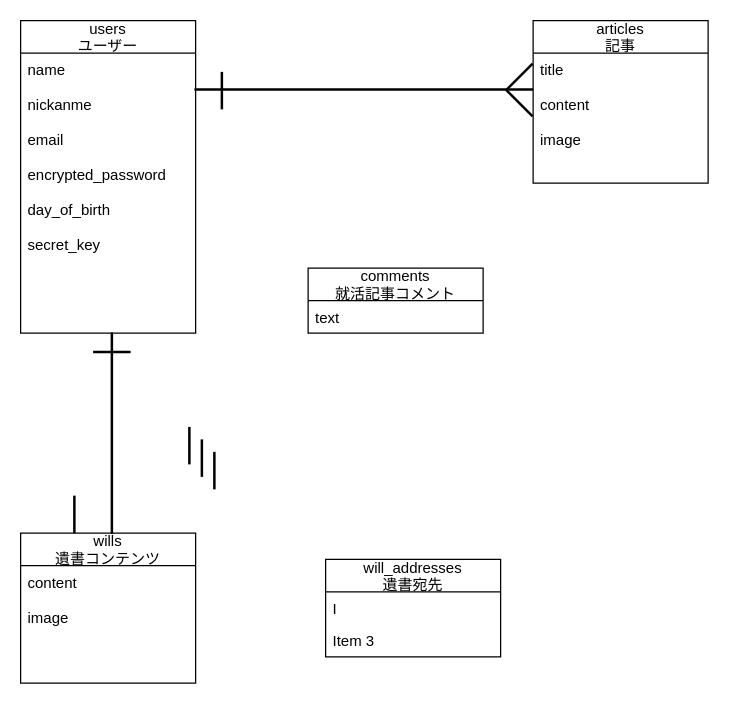
tatsuaki1234/will_app keeps this draw.io diagram as will_app.dio. Above is the earlier version. Source tidied: cells renumbered, new cells numbered last; positions are measured from the earlier drawing's top-left corner, leaving out a move shared by most shapes. Both pictures are drawn from the tidied source at 125%, with x=0, y=0 at pixel (10, 20).
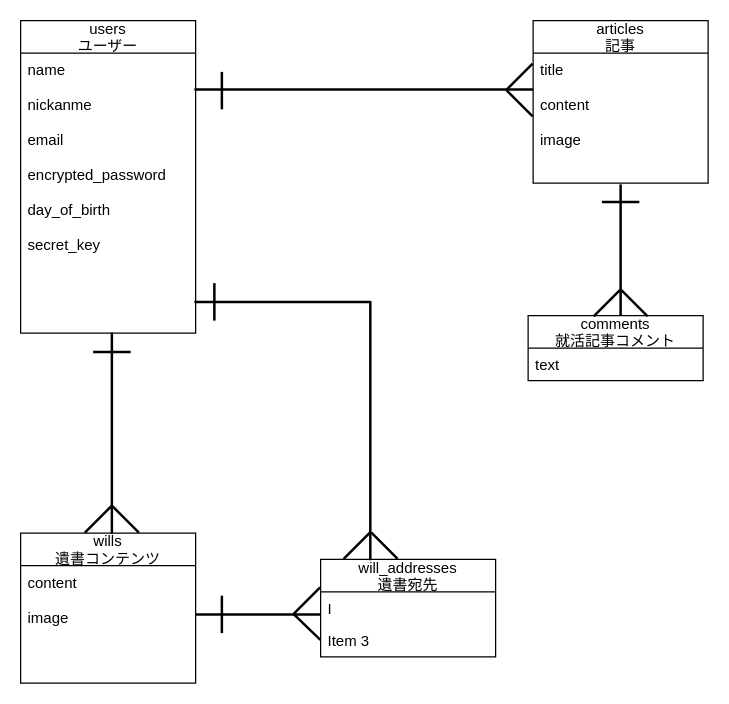
The same page after the edit.

Commit message:
ER図、READMEファイル記述(2)

Change to the diagram source:
```diff
@@
     <mxCell id="6" value="will_addresses&#10;遺書宛先" style="swimlane;fontStyle=0;horizontal=1;startSize=26;fillColor=none;" parent="1" vertex="1">
-      <mxGeometry x="252" y="431" width="140" height="78" as="geometry" />
+      <mxGeometry x="248" y="431" width="140" height="78" as="geometry" />
     </mxCell>
@@
     <mxCell id="11" value="comments&#10;就活記事コメント" style="swimlane;fontStyle=0;horizontal=1;startSize=26;fillColor=none;" parent="1" vertex="1">
-      <mxGeometry x="238" y="198" width="140" height="52" as="geometry" />
+      <mxGeometry x="414" y="236" width="140" height="52" as="geometry" />
     </mxCell>
@@
-    <mxCell id="19" style="line;strokeWidth=2;html=1;rotation=90;" parent="1" vertex="1">
-      <mxGeometry x="36" y="390" width="30" height="10" as="geometry" />
+    <mxCell id="19" style="line;strokeWidth=2;html=1;rotation=45;" parent="1" vertex="1">
+      <mxGeometry x="77" y="394" width="30" height="10" as="geometry" />
     </mxCell>
-    <mxCell id="20" style="line;strokeWidth=2;html=1;rotation=90;" parent="1" vertex="1">
-      <mxGeometry x="128" y="335" width="30" height="10" as="geometry" />
+    <mxCell id="20" style="line;strokeWidth=2;html=1;rotation=-225;" parent="1" vertex="1">
+      <mxGeometry x="55" y="394" width="30" height="10" as="geometry" />
     </mxCell>
     <mxCell id="21" style="line;strokeWidth=2;html=1;rotation=90;" parent="1" vertex="1">
-      <mxGeometry x="138" y="345" width="30" height="10" as="geometry" />
+      <mxGeometry x="154" y="470" width="30" height="10" as="geometry" />
     </mxCell>
     <mxCell id="22" style="line;strokeWidth=2;html=1;rotation=90;" parent="1" vertex="1">
-      <mxGeometry x="148" y="355" width="30" height="10" as="geometry" />
+      <mxGeometry x="148" y="220" width="30" height="10" as="geometry" />
     </mxCell>
+    <mxCell id="23" style="line;strokeWidth=2;html=1;rotation=-180;" parent="1" vertex="1">
+      <mxGeometry x="148" y="470" width="100" height="10" as="geometry" />
+    </mxCell>
+    <mxCell id="24" style="line;strokeWidth=2;html=1;rotation=-45;" parent="1" vertex="1">
+      <mxGeometry x="222" y="459" width="30" height="10" as="geometry" />
+    </mxCell>
+    <mxCell id="25" style="line;strokeWidth=2;html=1;rotation=44;" parent="1" vertex="1">
+      <mxGeometry x="222" y="480" width="30" height="10" as="geometry" />
+    </mxCell>
+    <mxCell id="26" style="line;strokeWidth=2;html=1;" parent="1" vertex="1">
+      <mxGeometry x="147" y="220" width="141" height="10" as="geometry" />
+    </mxCell>
+    <mxCell id="27" style="line;strokeWidth=2;html=1;rotation=90;" parent="1" vertex="1">
+      <mxGeometry x="184" y="324" width="207.5" height="8" as="geometry" />
+    </mxCell>
+    <mxCell id="28" style="line;strokeWidth=2;html=1;rotation=-45;" parent="1" vertex="1">
+      <mxGeometry x="262" y="415" width="30" height="10" as="geometry" />
+    </mxCell>
+    <mxCell id="29" style="line;strokeWidth=2;html=1;rotation=45;" parent="1" vertex="1">
+      <mxGeometry x="284" y="415" width="30" height="10" as="geometry" />
+    </mxCell>
+    <mxCell id="30" style="line;strokeWidth=2;html=1;rotation=90;" parent="1" vertex="1">
+      <mxGeometry x="435.5" y="178.5" width="105" height="10" as="geometry" />
+    </mxCell>
+    <mxCell id="31" style="line;strokeWidth=2;html=1;rotation=0;" parent="1" vertex="1">
+      <mxGeometry x="473" y="140" width="30" height="10" as="geometry" />
+    </mxCell>
+    <mxCell id="32" style="line;strokeWidth=2;html=1;rotation=45;" parent="1" vertex="1">
+      <mxGeometry x="484" y="221" width="30" height="10" as="geometry" />
+    </mxCell>
+    <mxCell id="33" style="line;strokeWidth=2;html=1;rotation=-45;" parent="1" vertex="1">
+      <mxGeometry x="462" y="221" width="30" height="10" as="geometry" />
+    </mxCell>
```
